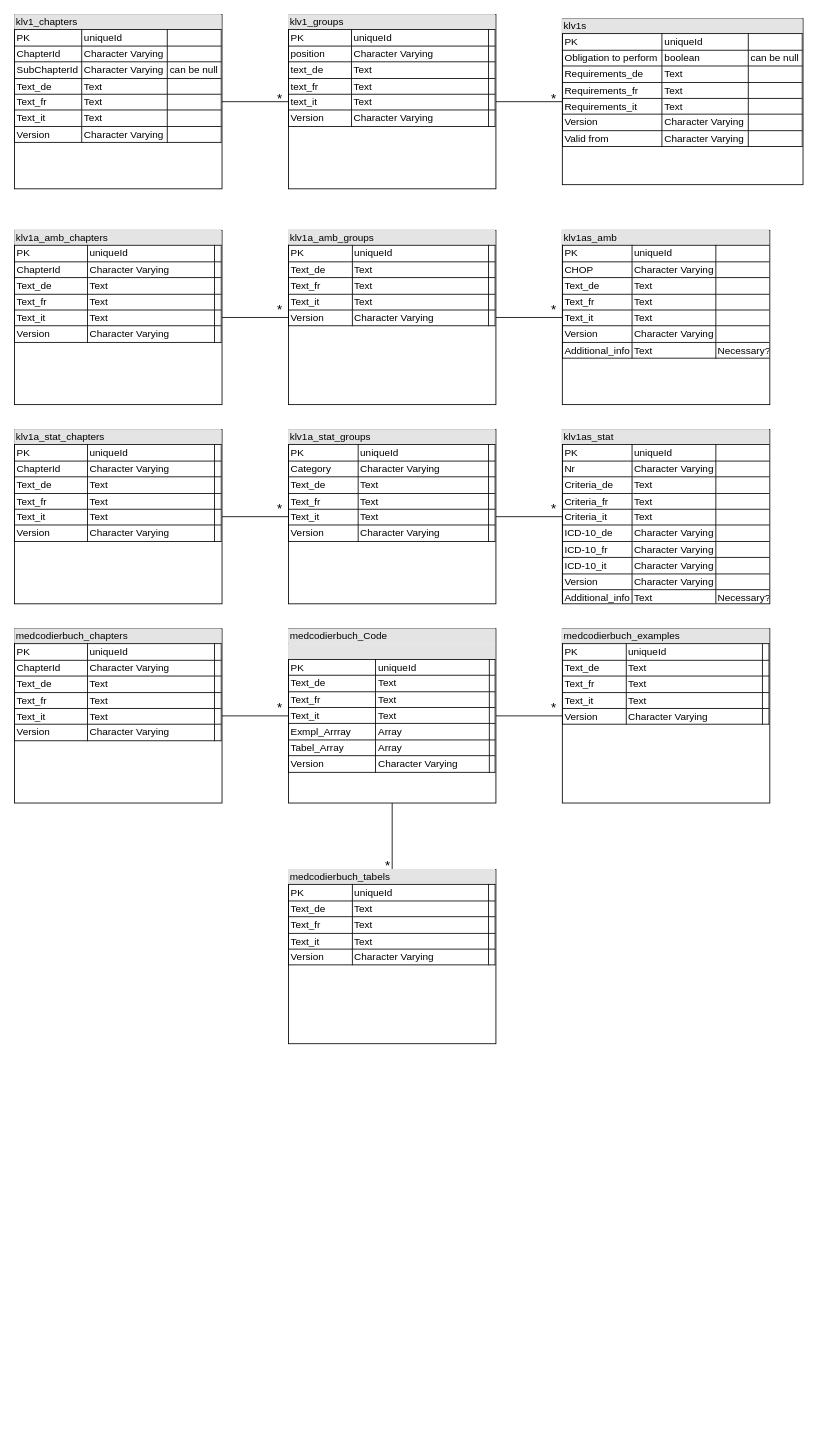
The draw.io diagram Dokumentation/diagrams/Untitled Diagram.drawio in TheCodear/PSE-eonum-docrepo, before the edit. Source tidied: cells renumbered, new cells numbered last; positions are measured from the earlier drawing's top-left corner, leaving out a move shared by most shapes. Both pictures are drawn from the tidied source at 83%, with x=0, y=0 at pixel (14, 14).
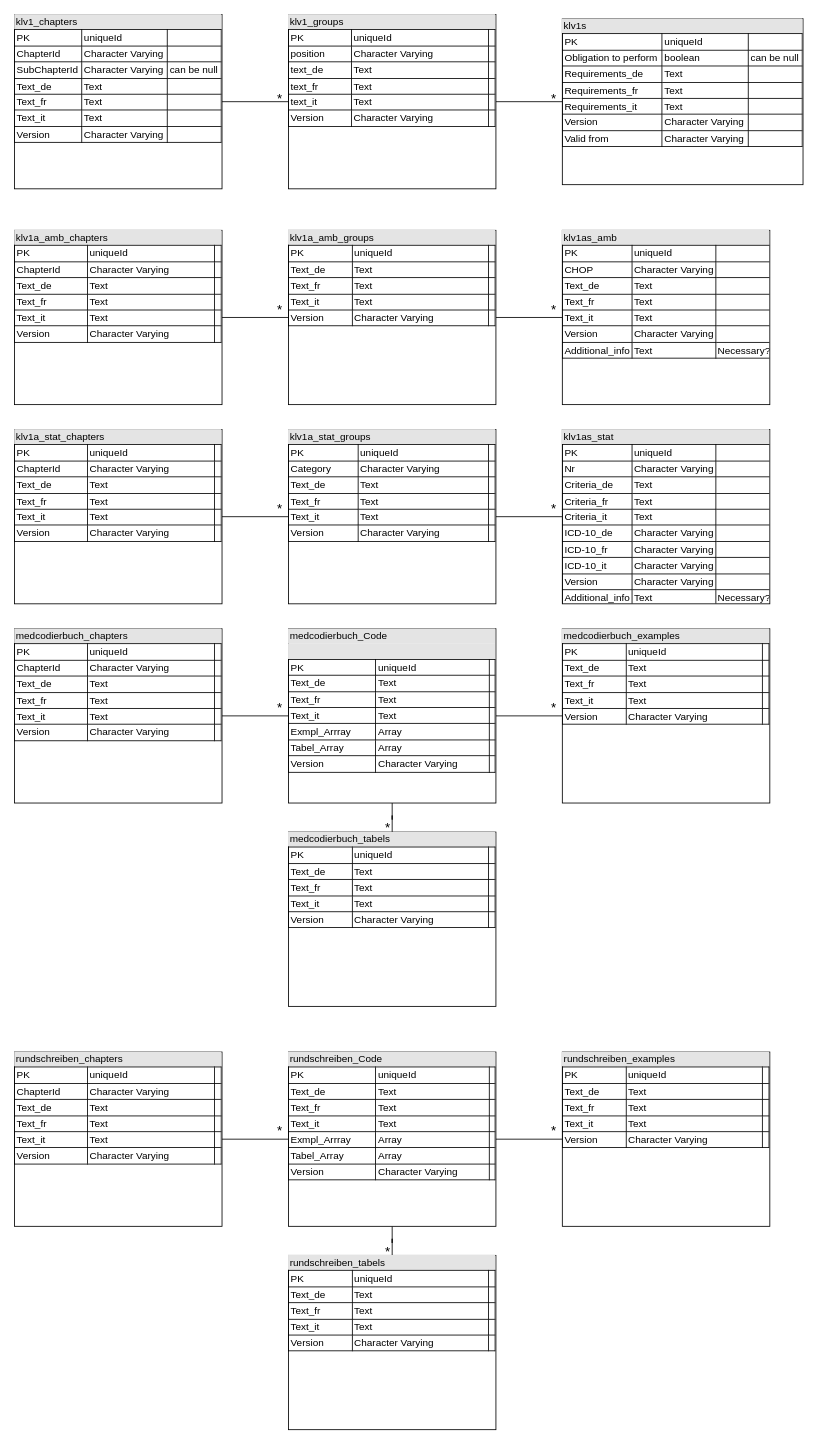
After the change.

What changed in the source:
```diff
@@
     <mxCell id="23" value="&lt;div style=&quot;box-sizing: border-box ; width: 100% ; background: #e4e4e4 ; padding: 2px&quot;&gt;medcodierbuch_tabels&lt;/div&gt;&lt;table style=&quot;width: 100% ; font-size: 1em ; border: 1px solid rgb(0 , 0 , 0) ; border-collapse: collapse&quot; cellspacing=&quot;0&quot; cellpadding=&quot;2&quot; border=&quot;1&quot;&gt;&lt;tbody&gt;&lt;tr&gt;&lt;td&gt;PK&lt;/td&gt;&lt;td&gt;uniqueId&lt;/td&gt;&lt;td&gt;&lt;br&gt;&lt;/td&gt;&lt;/tr&gt;&lt;tr&gt;&lt;td&gt;Text_de&lt;br&gt;&lt;/td&gt;&lt;td&gt;Text&lt;br&gt;&lt;/td&gt;&lt;td&gt;&lt;br&gt;&lt;/td&gt;&lt;/tr&gt;&lt;tr&gt;&lt;td&gt;Text_fr&lt;br&gt;&lt;/td&gt;&lt;td&gt;Text&lt;br&gt;&lt;/td&gt;&lt;td&gt;&lt;br&gt;&lt;/td&gt;&lt;/tr&gt;&lt;tr&gt;&lt;td&gt;Text_it&lt;br&gt;&lt;/td&gt;&lt;td&gt;Text&lt;br&gt;&lt;/td&gt;&lt;td&gt;&lt;br&gt;&lt;/td&gt;&lt;/tr&gt;&lt;tr&gt;&lt;td&gt;Version&lt;br&gt;&lt;/td&gt;&lt;td&gt;Character Varying&lt;br&gt;&lt;/td&gt;&lt;td&gt;&lt;br&gt;&lt;/td&gt;&lt;/tr&gt;&lt;/tbody&gt;&lt;/table&gt;" style="verticalAlign=top;align=left;overflow=fill;html=1;" parent="1" vertex="1">
-      <mxGeometry x="330" y="1030" width="250" height="210" as="geometry" />
+      <mxGeometry x="330" y="985" width="250" height="210" as="geometry" />
     </mxCell>
@@
     <mxCell id="32" value="&lt;font style=&quot;font-size: 16px&quot;&gt;*&lt;/font&gt;" style="rounded=0;whiteSpace=wrap;html=1;fillColor=none;strokeColor=none;" parent="1" vertex="1">
-      <mxGeometry x="430" y="1010" width="40" height="30" as="geometry" />
+      <mxGeometry x="430" y="965" width="40" height="30" as="geometry" />
     </mxCell>
+    <mxCell id="33" style="edgeStyle=orthogonalEdgeStyle;rounded=0;jettySize=auto;html=1;endArrow=none;endFill=0;" parent="1" edge="1" source="34" target="37">
+      <mxGeometry relative="1" as="geometry" />
+    </mxCell>
+    <mxCell id="34" value="&lt;div style=&quot;box-sizing: border-box ; width: 100% ; background: #e4e4e4 ; padding: 2px&quot;&gt;rundschreiben_chapters&lt;/div&gt;&lt;table style=&quot;width: 100% ; font-size: 1em ; border: 1px solid rgb(0 , 0 , 0) ; border-collapse: collapse&quot; cellspacing=&quot;0&quot; cellpadding=&quot;2&quot; border=&quot;1&quot;&gt;&lt;tbody&gt;&lt;tr&gt;&lt;td&gt;PK&lt;/td&gt;&lt;td&gt;uniqueId&lt;/td&gt;&lt;td&gt;&lt;br&gt;&lt;/td&gt;&lt;/tr&gt;&lt;tr&gt;&lt;td&gt;ChapterId&lt;/td&gt;&lt;td&gt;Character Varying&lt;/td&gt;&lt;td&gt;&lt;br&gt;&lt;/td&gt;&lt;/tr&gt;&lt;tr&gt;&lt;td&gt;Text_de&lt;br&gt;&lt;/td&gt;&lt;td&gt;Text&lt;br&gt;&lt;/td&gt;&lt;td&gt;&lt;br&gt;&lt;/td&gt;&lt;/tr&gt;&lt;tr&gt;&lt;td&gt;Text_fr&lt;br&gt;&lt;/td&gt;&lt;td&gt;Text&lt;br&gt;&lt;/td&gt;&lt;td&gt;&lt;br&gt;&lt;/td&gt;&lt;/tr&gt;&lt;tr&gt;&lt;td&gt;Text_it&lt;br&gt;&lt;/td&gt;&lt;td&gt;Text&lt;br&gt;&lt;/td&gt;&lt;td&gt;&lt;br&gt;&lt;/td&gt;&lt;/tr&gt;&lt;tr&gt;&lt;td&gt;Version&lt;br&gt;&lt;/td&gt;&lt;td&gt;Character Varying&lt;br&gt;&lt;/td&gt;&lt;td&gt;&lt;br&gt;&lt;/td&gt;&lt;/tr&gt;&lt;/tbody&gt;&lt;/table&gt;" style="verticalAlign=top;align=left;overflow=fill;html=1;" parent="1" vertex="1">
+      <mxGeometry y="1250" width="250" height="210" as="geometry" />
+    </mxCell>
+    <mxCell id="35" style="edgeStyle=orthogonalEdgeStyle;rounded=0;jettySize=auto;html=1;endArrow=none;endFill=0;" parent="1" edge="1" source="37" target="38">
+      <mxGeometry relative="1" as="geometry" />
+    </mxCell>
+    <mxCell id="36" style="edgeStyle=orthogonalEdgeStyle;rounded=0;jettySize=auto;html=1;endArrow=none;endFill=0;" parent="1" edge="1" source="37" target="39">
+      <mxGeometry relative="1" as="geometry" />
+    </mxCell>
+    <mxCell id="37" value="&lt;div style=&quot;box-sizing: border-box ; width: 100% ; background: #e4e4e4 ; padding: 2px&quot;&gt;rundschreiben_Code&lt;/div&gt;&lt;table style=&quot;width: 100% ; font-size: 1em ; border: 1px solid rgb(0 , 0 , 0) ; border-collapse: collapse&quot; cellspacing=&quot;0&quot; cellpadding=&quot;2&quot; border=&quot;1&quot;&gt;&lt;tbody&gt;&lt;tr&gt;&lt;td&gt;PK&lt;/td&gt;&lt;td&gt;uniqueId&lt;/td&gt;&lt;td&gt;&lt;br&gt;&lt;/td&gt;&lt;/tr&gt;&lt;tr&gt;&lt;td&gt;Text_de&lt;br&gt;&lt;/td&gt;&lt;td&gt;Text&lt;br&gt;&lt;/td&gt;&lt;td&gt;&lt;br&gt;&lt;/td&gt;&lt;/tr&gt;&lt;tr&gt;&lt;td&gt;Text_fr&lt;br&gt;&lt;/td&gt;&lt;td&gt;Text&lt;br&gt;&lt;/td&gt;&lt;td&gt;&lt;br&gt;&lt;/td&gt;&lt;/tr&gt;&lt;tr&gt;&lt;td&gt;Text_it&lt;br&gt;&lt;/td&gt;&lt;td&gt;Text&lt;br&gt;&lt;/td&gt;&lt;td&gt;&lt;br&gt;&lt;/td&gt;&lt;/tr&gt;&lt;tr&gt;&lt;td&gt;Exmpl_Arrray&lt;br&gt;&lt;/td&gt;&lt;td&gt;Array&lt;br&gt;&lt;/td&gt;&lt;td&gt;&lt;br&gt;&lt;/td&gt;&lt;/tr&gt;&lt;tr&gt;&lt;td&gt;Tabel_Array&lt;br&gt;&lt;/td&gt;&lt;td&gt;Array&lt;br&gt;&lt;/td&gt;&lt;td&gt;&lt;br&gt;&lt;/td&gt;&lt;/tr&gt;&lt;tr&gt;&lt;td&gt;Version&lt;br&gt;&lt;/td&gt;&lt;td&gt;Character Varying&lt;br&gt;&lt;/td&gt;&lt;td&gt;&lt;br&gt;&lt;/td&gt;&lt;/tr&gt;&lt;/tbody&gt;&lt;/table&gt;" style="verticalAlign=top;align=left;overflow=fill;html=1;" parent="1" vertex="1">
+      <mxGeometry x="330" y="1250" width="250" height="210" as="geometry" />
+    </mxCell>
+    <mxCell id="38" value="&lt;div style=&quot;box-sizing: border-box ; width: 100% ; background: #e4e4e4 ; padding: 2px&quot;&gt;rundschreiben_examples&lt;/div&gt;&lt;table style=&quot;width: 100% ; font-size: 1em ; border: 1px solid rgb(0 , 0 , 0) ; border-collapse: collapse&quot; cellspacing=&quot;0&quot; cellpadding=&quot;2&quot; border=&quot;1&quot;&gt;&lt;tbody&gt;&lt;tr&gt;&lt;td&gt;PK&lt;/td&gt;&lt;td&gt;uniqueId&lt;/td&gt;&lt;td&gt;&lt;br&gt;&lt;/td&gt;&lt;/tr&gt;&lt;tr&gt;&lt;td&gt;Text_de&lt;br&gt;&lt;/td&gt;&lt;td&gt;Text&lt;br&gt;&lt;/td&gt;&lt;td&gt;&lt;br&gt;&lt;/td&gt;&lt;/tr&gt;&lt;tr&gt;&lt;td&gt;Text_fr&lt;br&gt;&lt;/td&gt;&lt;td&gt;Text&lt;br&gt;&lt;/td&gt;&lt;td&gt;&lt;br&gt;&lt;/td&gt;&lt;/tr&gt;&lt;tr&gt;&lt;td&gt;Text_it&lt;br&gt;&lt;/td&gt;&lt;td&gt;Text&lt;br&gt;&lt;/td&gt;&lt;td&gt;&lt;br&gt;&lt;/td&gt;&lt;/tr&gt;&lt;tr&gt;&lt;td&gt;Version&lt;br&gt;&lt;/td&gt;&lt;td&gt;Character Varying&lt;br&gt;&lt;/td&gt;&lt;td&gt;&lt;br&gt;&lt;/td&gt;&lt;/tr&gt;&lt;/tbody&gt;&lt;/table&gt;" style="verticalAlign=top;align=left;overflow=fill;html=1;" parent="1" vertex="1">
+      <mxGeometry x="660" y="1250" width="250" height="210" as="geometry" />
+    </mxCell>
+    <mxCell id="39" value="&lt;div style=&quot;box-sizing: border-box ; width: 100% ; background: #e4e4e4 ; padding: 2px&quot;&gt;rundschreiben_tabels&lt;/div&gt;&lt;table style=&quot;width: 100% ; font-size: 1em ; border: 1px solid rgb(0 , 0 , 0) ; border-collapse: collapse&quot; cellspacing=&quot;0&quot; cellpadding=&quot;2&quot; border=&quot;1&quot;&gt;&lt;tbody&gt;&lt;tr&gt;&lt;td&gt;PK&lt;/td&gt;&lt;td&gt;uniqueId&lt;/td&gt;&lt;td&gt;&lt;br&gt;&lt;/td&gt;&lt;/tr&gt;&lt;tr&gt;&lt;td&gt;Text_de&lt;br&gt;&lt;/td&gt;&lt;td&gt;Text&lt;br&gt;&lt;/td&gt;&lt;td&gt;&lt;br&gt;&lt;/td&gt;&lt;/tr&gt;&lt;tr&gt;&lt;td&gt;Text_fr&lt;br&gt;&lt;/td&gt;&lt;td&gt;Text&lt;br&gt;&lt;/td&gt;&lt;td&gt;&lt;br&gt;&lt;/td&gt;&lt;/tr&gt;&lt;tr&gt;&lt;td&gt;Text_it&lt;br&gt;&lt;/td&gt;&lt;td&gt;Text&lt;br&gt;&lt;/td&gt;&lt;td&gt;&lt;br&gt;&lt;/td&gt;&lt;/tr&gt;&lt;tr&gt;&lt;td&gt;Version&lt;br&gt;&lt;/td&gt;&lt;td&gt;Character Varying&lt;br&gt;&lt;/td&gt;&lt;td&gt;&lt;br&gt;&lt;/td&gt;&lt;/tr&gt;&lt;/tbody&gt;&lt;/table&gt;" style="verticalAlign=top;align=left;overflow=fill;html=1;" parent="1" vertex="1">
+      <mxGeometry x="330" y="1495" width="250" height="210" as="geometry" />
+    </mxCell>
+    <mxCell id="40" value="&lt;font style=&quot;font-size: 16px&quot;&gt;*&lt;/font&gt;" style="rounded=0;whiteSpace=wrap;html=1;fillColor=none;strokeColor=none;" parent="1" vertex="1">
+      <mxGeometry x="300" y="1330" width="40" height="30" as="geometry" />
+    </mxCell>
+    <mxCell id="41" value="&lt;font style=&quot;font-size: 16px&quot;&gt;*&lt;/font&gt;" style="rounded=0;whiteSpace=wrap;html=1;fillColor=none;strokeColor=none;" parent="1" vertex="1">
+      <mxGeometry x="630" y="1330" width="40" height="30" as="geometry" />
+    </mxCell>
+    <mxCell id="42" value="&lt;font style=&quot;font-size: 16px&quot;&gt;*&lt;/font&gt;" style="rounded=0;whiteSpace=wrap;html=1;fillColor=none;strokeColor=none;" parent="1" vertex="1">
+      <mxGeometry x="430" y="1475" width="40" height="30" as="geometry" />
+    </mxCell>
```
